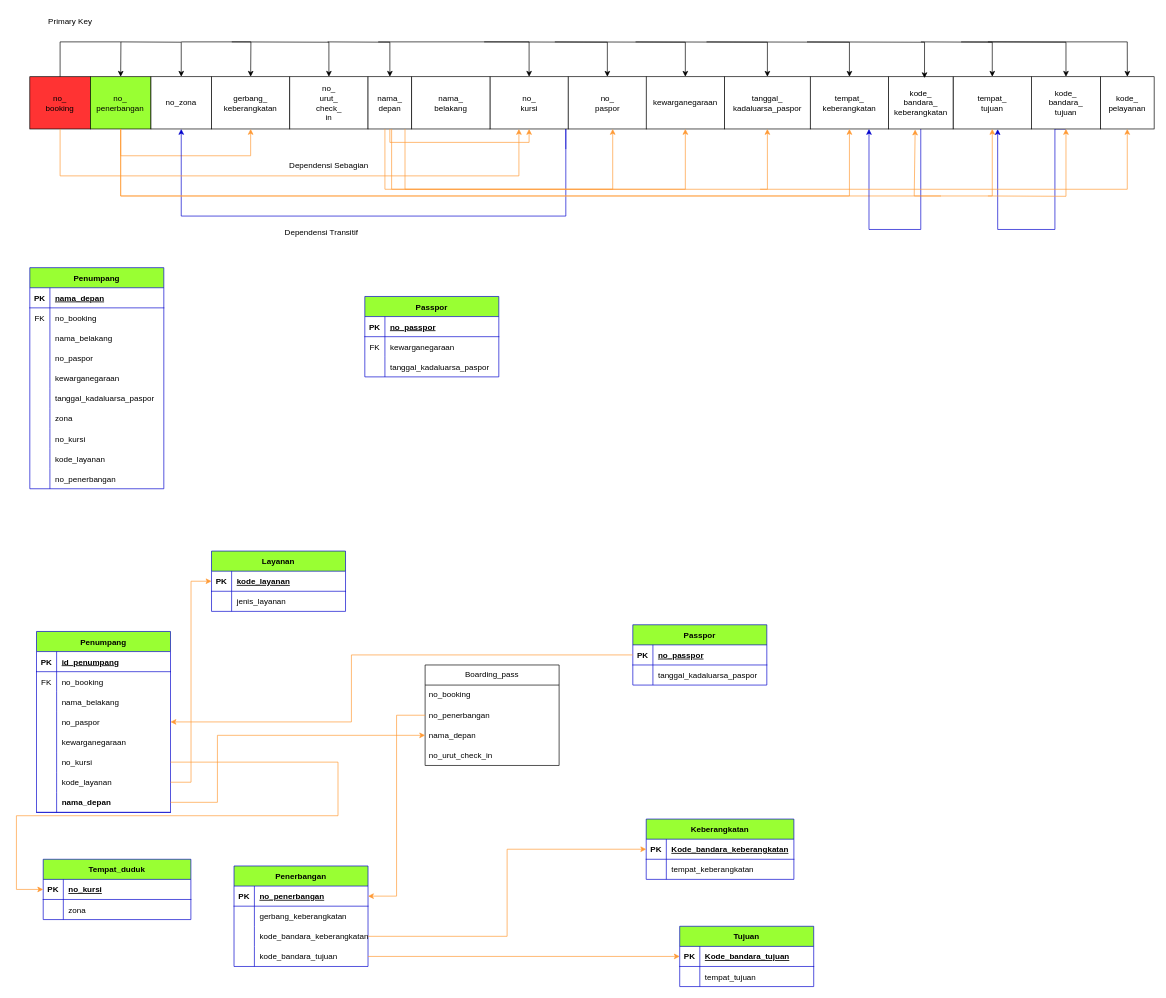
Above: page "Page-1" (1 of 2) of ER Diagram/tugas_add.drawio in Edwin-Jaya/Data-Design-Analytics-Project (draw.io), before the change. Source tidied: cells renumbered, new cells numbered last; positions are measured from the earlier drawing's top-left corner, leaving out a move shared by most shapes. Both pictures are drawn from the tidied source at 67%, with x=0, y=0 at pixel (16, 11).
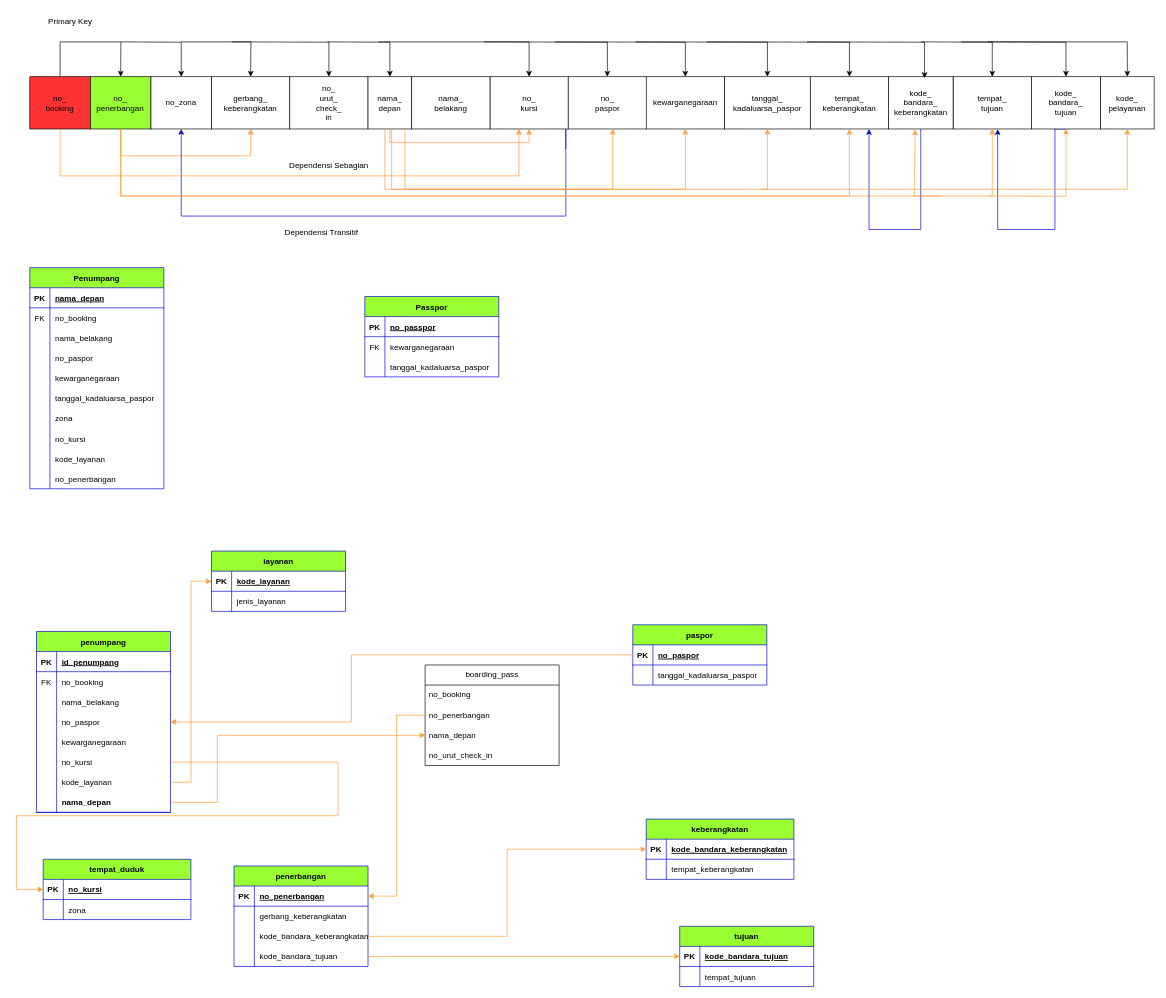
The same diagram, later.

Unchanged cells that the change refers to:
```xml
<mxCell id="69" style="shape=tableRow;horizontal=0;startSize=0;swimlaneHead=0;swimlaneBody=0;fillColor=none;points=[[0,0.5],[1,0.5]];portConstraint=eastwest;top=0;left=0;right=0;bottom=1;strokeColor=#0000CC;fontSize=12;" parent="68" vertex="1">
  <mxGeometry y="30" width="200" height="30" as="geometry" />
</mxCell>
<mxCell id="76" style="shape=tableRow;horizontal=0;startSize=0;swimlaneHead=0;swimlaneBody=0;fillColor=none;points=[[0,0.5],[1,0.5]];portConstraint=eastwest;top=0;left=0;right=0;bottom=1;strokeColor=#0000CC;fontSize=12;" parent="75" vertex="1">
  <mxGeometry y="30" width="220.4" height="30" as="geometry" />
</mxCell>
<mxCell id="83" style="shape=tableRow;horizontal=0;startSize=0;swimlaneHead=0;swimlaneBody=0;fillColor=none;points=[[0,0.5],[1,0.5]];portConstraint=eastwest;top=0;left=0;right=0;bottom=1;strokeColor=#0000CC;fontSize=12;" parent="82" vertex="1">
  <mxGeometry y="30" width="200" height="30" as="geometry" />
</mxCell>
```

The edit, as a diff of the source:
```diff
@@
-    <mxCell id="43" value="Penumpang" style="shape=table;startSize=30;childLayout=tableLayout;rowLines=0;fontStyle=1;align=center;strokeColor=#0000CC;fontSize=12;fillColor=#99FF33;" parent="1" vertex="1">
+    <mxCell id="43" value="penumpang" style="shape=table;startSize=30;childLayout=tableLayout;rowLines=0;fontStyle=1;align=center;strokeColor=#0000CC;fontSize=12;fillColor=#99FF33;" parent="1" vertex="1">
       <mxGeometry x="30" y="925" width="200" height="270" as="geometry" />
     </mxCell>
@@
-    <mxCell id="68" value="Tujuan" style="shape=table;startSize=30;childLayout=tableLayout;rowLines=0;fontStyle=1;align=center;strokeColor=#0000CC;fontSize=12;fillColor=#99FF33;" parent="1" vertex="1">
+    <mxCell id="68" value="tujuan" style="shape=table;startSize=30;childLayout=tableLayout;rowLines=0;fontStyle=1;align=center;strokeColor=#0000CC;fontSize=12;fillColor=#99FF33;" parent="1" vertex="1">
       <mxGeometry x="990" y="1365" width="200" height="90" as="geometry" />
     </mxCell>
@@
-    <mxCell id="71" value="Kode_bandara_tujuan" style="shape=partialRectangle;fillColor=none;top=0;left=0;bottom=0;right=0;align=left;spacingLeft=6;fontStyle=5;overflow=hidden;strokeColor=#0000CC;fontSize=12;" parent="69" vertex="1">
+    <mxCell id="71" value="kode_bandara_tujuan" style="shape=partialRectangle;fillColor=none;top=0;left=0;bottom=0;right=0;align=left;spacingLeft=6;fontStyle=5;overflow=hidden;strokeColor=#0000CC;fontSize=12;" parent="69" vertex="1">
       <mxGeometry x="30" width="170" height="30" as="geometry" />
     </mxCell>
@@
-    <mxCell id="75" value="Keberangkatan" style="shape=table;startSize=30;childLayout=tableLayout;rowLines=0;fontStyle=1;align=center;strokeColor=#0000CC;fontSize=12;fillColor=#99FF33;" parent="1" vertex="1">
+    <mxCell id="75" value="keberangkatan" style="shape=table;startSize=30;childLayout=tableLayout;rowLines=0;fontStyle=1;align=center;strokeColor=#0000CC;fontSize=12;fillColor=#99FF33;" parent="1" vertex="1">
       <mxGeometry x="940" y="1205" width="220.4" height="90" as="geometry" />
     </mxCell>
@@
-    <mxCell id="78" value="Kode_bandara_keberangkatan" style="shape=partialRectangle;fillColor=none;top=0;left=0;bottom=0;right=0;align=left;spacingLeft=6;fontStyle=5;overflow=hidden;strokeColor=#0000CC;fontSize=12;" parent="76" vertex="1">
+    <mxCell id="78" value="kode_bandara_keberangkatan" style="shape=partialRectangle;fillColor=none;top=0;left=0;bottom=0;right=0;align=left;spacingLeft=6;fontStyle=5;overflow=hidden;strokeColor=#0000CC;fontSize=12;" parent="76" vertex="1">
       <mxGeometry x="30" width="190.4" height="30" as="geometry" />
     </mxCell>
@@
-    <mxCell id="82" value="Passpor" style="shape=table;startSize=30;childLayout=tableLayout;rowLines=0;fontStyle=1;align=center;strokeColor=#0000CC;fontSize=12;fillColor=#99FF33;" parent="1" vertex="1">
+    <mxCell id="82" value="paspor" style="shape=table;startSize=30;childLayout=tableLayout;rowLines=0;fontStyle=1;align=center;strokeColor=#0000CC;fontSize=12;fillColor=#99FF33;" parent="1" vertex="1">
       <mxGeometry x="920" y="915" width="200" height="90" as="geometry" />
     </mxCell>
@@
-    <mxCell id="85" value="no_passpor" style="shape=partialRectangle;fillColor=none;top=0;left=0;bottom=0;right=0;align=left;spacingLeft=6;fontStyle=5;overflow=hidden;strokeColor=#0000CC;fontSize=12;" parent="83" vertex="1">
+    <mxCell id="85" value="no_paspor" style="shape=partialRectangle;fillColor=none;top=0;left=0;bottom=0;right=0;align=left;spacingLeft=6;fontStyle=5;overflow=hidden;strokeColor=#0000CC;fontSize=12;" parent="83" vertex="1">
       <mxGeometry x="30" width="170" height="30" as="geometry" />
     </mxCell>
@@
-    <mxCell id="89" value="Penerbangan" style="shape=table;startSize=30;childLayout=tableLayout;rowLines=0;fontStyle=1;align=center;strokeColor=#0000CC;fontSize=12;fillColor=#99FF33;" parent="1" vertex="1">
+    <mxCell id="89" value="penerbangan" style="shape=table;startSize=30;childLayout=tableLayout;rowLines=0;fontStyle=1;align=center;strokeColor=#0000CC;fontSize=12;fillColor=#99FF33;" parent="1" vertex="1">
       <mxGeometry x="324.8" y="1275" width="200" height="150" as="geometry" />
     </mxCell>
@@
-    <mxCell id="102" value="Boarding_pass" style="swimlane;fontStyle=0;horizontal=1;startSize=30;whiteSpace=wrap;html=1;" parent="1" vertex="1">
+    <mxCell id="102" value="boarding_pass" style="swimlane;fontStyle=0;horizontal=1;startSize=30;whiteSpace=wrap;html=1;" parent="1" vertex="1">
       <mxGeometry x="610" y="975" width="200" height="150" as="geometry" />
     </mxCell>
@@
-    <mxCell id="107" value="Tempat_duduk" style="shape=table;startSize=30;childLayout=tableLayout;rowLines=0;fontStyle=1;align=center;strokeColor=#0000CC;fontSize=12;fillColor=#99FF33;" parent="1" vertex="1">
+    <mxCell id="107" value="tempat_duduk" style="shape=table;startSize=30;childLayout=tableLayout;rowLines=0;fontStyle=1;align=center;strokeColor=#0000CC;fontSize=12;fillColor=#99FF33;" parent="1" vertex="1">
       <mxGeometry x="40" y="1265" width="220.4" height="90" as="geometry" />
     </mxCell>
@@
-    <mxCell id="120" value="Layanan" style="shape=table;startSize=30;childLayout=tableLayout;rowLines=0;fontStyle=1;align=center;strokeColor=#0000CC;fontSize=12;fillColor=#99FF33;" parent="1" vertex="1">
+    <mxCell id="120" value="layanan" style="shape=table;startSize=30;childLayout=tableLayout;rowLines=0;fontStyle=1;align=center;strokeColor=#0000CC;fontSize=12;fillColor=#99FF33;" parent="1" vertex="1">
       <mxGeometry x="291.2" y="805" width="200" height="90" as="geometry" />
     </mxCell>
```
